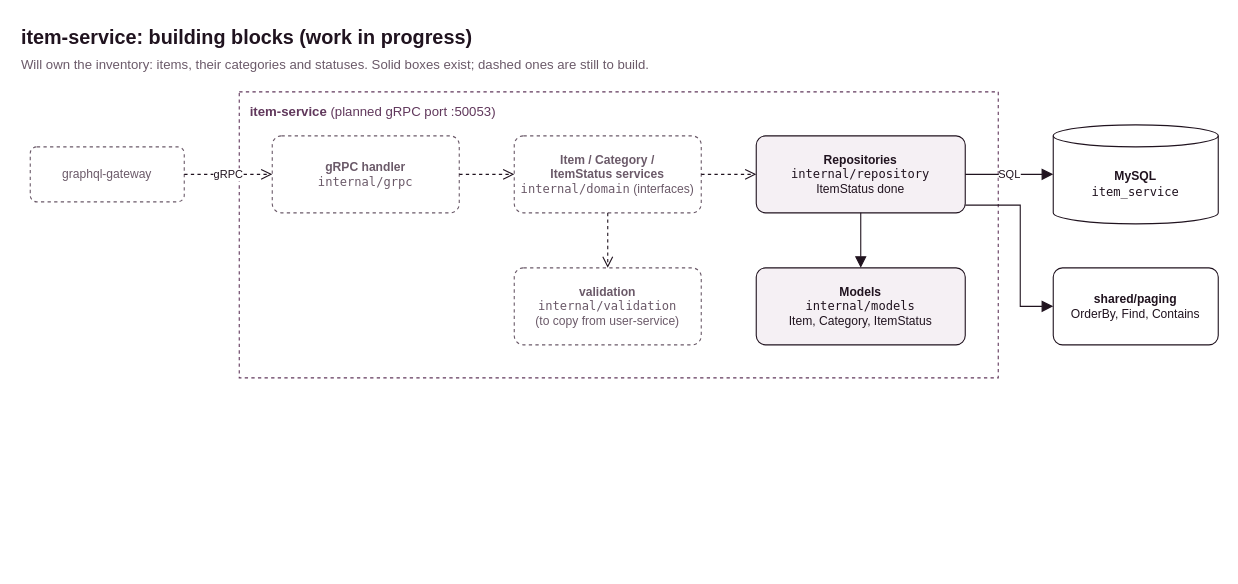
Before: page "Overview" (1 of 5) of services/item-service/docs/item-service.drawio in jochem11/inventory-manager, a draw.io diagram. Source tidied: cells renumbered, new cells numbered last; positions are measured from the earlier drawing's top-left corner, leaving out a move shared by most shapes. Both pictures are drawn from the tidied source at 110%, with x=0, y=0 at pixel (19, 19).
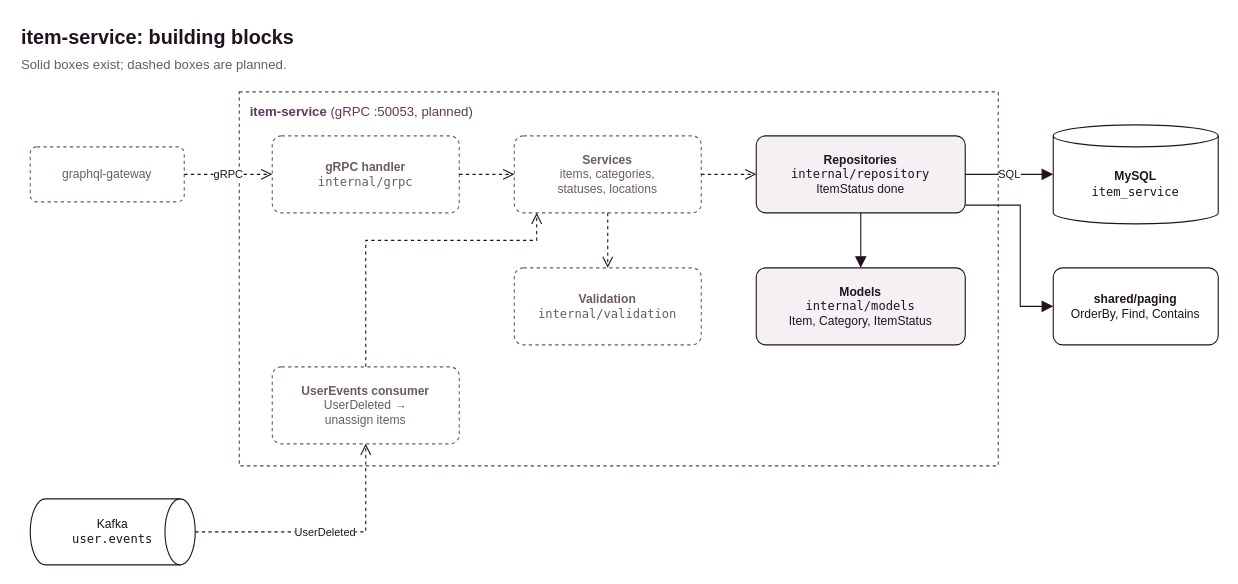
The same page after the edit.

The change refers to these unchanged cells:
```xml
<mxCell id="3" value="graphql-gateway" style="rounded=1;arcSize=12;whiteSpace=wrap;html=1;fillColor=#ffffff;strokeColor=#6b5a69;dashed=1;fontSize=11;fontColor=#6b5a69;fontFamily=Helvetica;" parent="1" vertex="1">
  <mxGeometry x="10" y="116" width="140" height="50" as="geometry" />
</mxCell>
<mxCell id="4" value="&lt;b&gt;gRPC handler&lt;/b&gt;&lt;br&gt;&lt;font face=&quot;Menlo, monospace&quot;&gt;internal/grpc&lt;/font&gt;" style="rounded=1;arcSize=12;whiteSpace=wrap;html=1;fillColor=#ffffff;strokeColor=#6b5a69;dashed=1;fontSize=11;fontColor=#6b5a69;fontFamily=Helvetica;" parent="1" vertex="1">
  <mxGeometry x="230" y="106" width="170" height="70" as="geometry" />
</mxCell>
<mxCell id="6" value="&lt;b&gt;Repositories&lt;/b&gt;&lt;br&gt;&lt;font face=&quot;Menlo, monospace&quot;&gt;internal/repository&lt;/font&gt;&lt;br&gt;ItemStatus done" style="rounded=1;arcSize=12;whiteSpace=wrap;html=1;fillColor=#f5f0f4;strokeColor=#20131f;fontSize=11;fontColor=#20131f;fontFamily=Helvetica;" parent="1" vertex="1">
  <mxGeometry x="670" y="106" width="190" height="70" as="geometry" />
</mxCell>
<mxCell id="7" value="&lt;b&gt;Models&lt;/b&gt;&lt;br&gt;&lt;font face=&quot;Menlo, monospace&quot;&gt;internal/models&lt;/font&gt;&lt;br&gt;Item, Category, ItemStatus" style="rounded=1;arcSize=12;whiteSpace=wrap;html=1;fillColor=#f5f0f4;strokeColor=#20131f;fontSize=11;fontColor=#20131f;fontFamily=Helvetica;" parent="1" vertex="1">
  <mxGeometry x="670" y="226" width="190" height="70" as="geometry" />
</mxCell>
```

Diff of the diagram source:
```diff
@@
-    <mxCell id="2" value="&lt;b&gt;item-service&lt;/b&gt;  (planned gRPC port :50053)" style="rounded=0;whiteSpace=wrap;html=1;fillColor=none;dashed=1;strokeColor=#61385c;fontSize=12;fontColor=#61385c;align=left;verticalAlign=top;spacingLeft=8;spacingTop=4;fontFamily=Helvetica;" parent="1" vertex="1">
-      <mxGeometry x="200" y="66" width="690" height="260" as="geometry" />
+    <mxCell id="2" value="&lt;b&gt;item-service&lt;/b&gt;  (gRPC :50053, planned)" style="rounded=0;whiteSpace=wrap;html=1;fillColor=none;dashed=1;strokeColor=#61385c;fontSize=12;fontColor=#61385c;align=left;verticalAlign=top;spacingLeft=8;spacingTop=4;fontFamily=Helvetica;" parent="1" vertex="1">
+      <mxGeometry x="200" y="66" width="690" height="340" as="geometry" />
     </mxCell>
@@
-    <mxCell id="5" value="&lt;b&gt;Item / Category /&lt;br&gt;ItemStatus services&lt;/b&gt;&lt;br&gt;&lt;font face=&quot;Menlo, monospace&quot;&gt;internal/domain&lt;/font&gt; (interfaces)" style="rounded=1;arcSize=12;whiteSpace=wrap;html=1;fillColor=#ffffff;strokeColor=#6b5a69;dashed=1;fontSize=11;fontColor=#6b5a69;fontFamily=Helvetica;" parent="1" vertex="1">
+    <mxCell id="5" value="&lt;b&gt;Services&lt;/b&gt;&lt;br&gt;items, categories,&lt;br&gt;statuses, locations" style="rounded=1;arcSize=12;whiteSpace=wrap;html=1;fillColor=#ffffff;strokeColor=#6b5a69;dashed=1;fontSize=11;fontColor=#6b5a69;fontFamily=Helvetica;" parent="1" vertex="1">
       <mxGeometry x="450" y="106" width="170" height="70" as="geometry" />
     </mxCell>
@@
-    <mxCell id="8" value="&lt;b&gt;validation&lt;/b&gt;&lt;br&gt;&lt;font face=&quot;Menlo, monospace&quot;&gt;internal/validation&lt;/font&gt;&lt;br&gt;(to copy from user-service)" style="rounded=1;arcSize=12;whiteSpace=wrap;html=1;fillColor=#ffffff;strokeColor=#6b5a69;dashed=1;fontSize=11;fontColor=#6b5a69;fontFamily=Helvetica;" parent="1" vertex="1">
+    <mxCell id="8" value="&lt;b&gt;Validation&lt;/b&gt;&lt;br&gt;&lt;font face=&quot;Menlo, monospace&quot;&gt;internal/validation&lt;/font&gt;" style="rounded=1;arcSize=12;whiteSpace=wrap;html=1;fillColor=#ffffff;strokeColor=#6b5a69;dashed=1;fontSize=11;fontColor=#6b5a69;fontFamily=Helvetica;" parent="1" vertex="1">
       <mxGeometry x="450" y="226" width="170" height="70" as="geometry" />
     </mxCell>
-    <mxCell id="9" value="&lt;b&gt;MySQL&lt;/b&gt;&lt;br&gt;&lt;font face=&quot;Menlo, monospace&quot;&gt;item_service&lt;/font&gt;" style="shape=cylinder3;whiteSpace=wrap;html=1;boundedLbl=1;backgroundOutline=1;size=10;fillColor=#ffffff;strokeColor=#20131f;fontSize=11;fontColor=#20131f;fontFamily=Helvetica;" parent="1" vertex="1">
-      <mxGeometry x="940" y="96" width="150" height="90" as="geometry" />
+    <mxCell id="9" value="&lt;b&gt;UserEvents consumer&lt;/b&gt;&lt;br&gt;UserDeleted →&lt;br&gt;unassign items" style="rounded=1;arcSize=12;whiteSpace=wrap;html=1;fillColor=#ffffff;strokeColor=#6b5a69;dashed=1;fontSize=11;fontColor=#6b5a69;fontFamily=Helvetica;" parent="1" vertex="1">
+      <mxGeometry x="230" y="316" width="170" height="70" as="geometry" />
     </mxCell>
-    <mxCell id="10" value="&lt;b&gt;shared/paging&lt;/b&gt;&lt;br&gt;OrderBy, Find, Contains" style="rounded=1;arcSize=12;whiteSpace=wrap;html=1;fillColor=#ffffff;strokeColor=#20131f;fontSize=11;fontColor=#20131f;fontFamily=Helvetica;" parent="1" vertex="1">
-      <mxGeometry x="940" y="226" width="150" height="70" as="geometry" />
+    <mxCell id="10" value="&lt;b&gt;MySQL&lt;/b&gt;&lt;br&gt;&lt;font face=&quot;Menlo, monospace&quot;&gt;item_service&lt;/font&gt;" style="shape=cylinder3;whiteSpace=wrap;html=1;boundedLbl=1;backgroundOutline=1;size=10;fillColor=#ffffff;strokeColor=#20131f;fontSize=11;fontColor=#20131f;fontFamily=Helvetica;" parent="1" vertex="1">
+      <mxGeometry x="940" y="96" width="150" height="90" as="geometry" />
     </mxCell>
-    <mxCell id="11" value="gRPC" style="html=1;rounded=0;endArrow=open;endFill=0;endSize=8;fontSize=10;strokeColor=#20131f;fontColor=#20131f;labelBackgroundColor=#ffffff;dashed=1;fontFamily=Helvetica;" parent="1" edge="1" source="3" target="4">
-      <mxGeometry relative="1" as="geometry" />
+    <mxCell id="11" value="&lt;b&gt;shared/paging&lt;/b&gt;&lt;br&gt;OrderBy, Find, Contains" style="rounded=1;arcSize=12;whiteSpace=wrap;html=1;fillColor=#ffffff;strokeColor=#20131f;fontSize=11;fontColor=#20131f;fontFamily=Helvetica;" parent="1" vertex="1">
+      <mxGeometry x="940" y="226" width="150" height="70" as="geometry" />
     </mxCell>
-    <mxCell id="12" style="html=1;rounded=0;endArrow=open;endFill=0;endSize=8;fontSize=10;strokeColor=#20131f;fontColor=#20131f;labelBackgroundColor=#ffffff;dashed=1;fontFamily=Helvetica;" parent="1" edge="1" source="4" target="5">
-      <mxGeometry relative="1" as="geometry" />
+    <mxCell id="12" value="Kafka&lt;br&gt;&lt;font face=&quot;Menlo, monospace&quot;&gt;user.events&lt;/font&gt;" style="shape=mxgraph.flowchart.direct_data;whiteSpace=wrap;html=1;fillColor=#ffffff;strokeColor=#20131f;fontSize=11;fontColor=#20131f;fontFamily=Helvetica;" parent="1" vertex="1">
+      <mxGeometry x="10" y="436" width="150" height="60" as="geometry" />
     </mxCell>
-    <mxCell id="13" style="html=1;rounded=0;endArrow=open;endFill=0;endSize=8;fontSize=10;strokeColor=#20131f;fontColor=#20131f;labelBackgroundColor=#ffffff;dashed=1;fontFamily=Helvetica;" parent="1" edge="1" source="5" target="6">
+    <mxCell id="13" value="gRPC" style="html=1;rounded=0;endArrow=open;endFill=0;endSize=8;fontSize=10;strokeColor=#20131f;fontColor=#20131f;labelBackgroundColor=#ffffff;dashed=1;fontFamily=Helvetica;" parent="1" edge="1" source="3" target="4">
       <mxGeometry relative="1" as="geometry" />
     </mxCell>
-    <mxCell id="14" value="SQL" style="html=1;rounded=0;endArrow=block;endFill=1;endSize=8;fontSize=10;strokeColor=#20131f;fontColor=#20131f;labelBackgroundColor=#ffffff;fontFamily=Helvetica;" parent="1" edge="1" source="6" target="9">
+    <mxCell id="14" style="html=1;rounded=0;endArrow=open;endFill=0;endSize=8;fontSize=10;strokeColor=#20131f;fontColor=#20131f;labelBackgroundColor=#ffffff;dashed=1;fontFamily=Helvetica;" parent="1" edge="1" source="4" target="5">
       <mxGeometry relative="1" as="geometry" />
     </mxCell>
-    <mxCell id="15" style="html=1;rounded=0;endArrow=block;endFill=1;endSize=8;fontSize=10;strokeColor=#20131f;fontColor=#20131f;labelBackgroundColor=#ffffff;fontFamily=Helvetica;" parent="1" edge="1" source="6" target="7">
+    <mxCell id="15" style="html=1;rounded=0;endArrow=open;endFill=0;endSize=8;fontSize=10;strokeColor=#20131f;fontColor=#20131f;labelBackgroundColor=#ffffff;dashed=1;fontFamily=Helvetica;" parent="1" edge="1" source="5" target="6">
       <mxGeometry relative="1" as="geometry" />
     </mxCell>
-    <mxCell id="16" style="html=1;rounded=0;endArrow=open;endFill=0;endSize=8;fontSize=10;strokeColor=#20131f;fontColor=#20131f;labelBackgroundColor=#ffffff;dashed=1;fontFamily=Helvetica;" parent="1" edge="1" source="5" target="8">
+    <mxCell id="16" value="SQL" style="html=1;rounded=0;endArrow=block;endFill=1;endSize=8;fontSize=10;strokeColor=#20131f;fontColor=#20131f;labelBackgroundColor=#ffffff;fontFamily=Helvetica;" parent="1" edge="1" source="6" target="10">
       <mxGeometry relative="1" as="geometry" />
     </mxCell>
-    <mxCell id="17" style="html=1;rounded=0;endArrow=block;endFill=1;endSize=8;fontSize=10;strokeColor=#20131f;fontColor=#20131f;labelBackgroundColor=#ffffff;edgeStyle=orthogonalEdgeStyle;exitX=1;exitY=0.9;exitDx=0;exitDy=0;entryX=0;entryY=0.5;entryDx=0;entryDy=0;fontFamily=Helvetica;" parent="1" edge="1" source="6" target="10">
-      <mxGeometry relative="1" as="geometry">
-        <Array as="points">
-          <mxPoint x="910" y="169" />
-          <mxPoint x="910" y="261" />
-        </Array>
-      </mxGeometry>
+    <mxCell id="17" style="html=1;rounded=0;endArrow=block;endFill=1;endSize=8;fontSize=10;strokeColor=#20131f;fontColor=#20131f;labelBackgroundColor=#ffffff;fontFamily=Helvetica;" parent="1" edge="1" source="6" target="7">
+      <mxGeometry relative="1" as="geometry" />
     </mxCell>
+    <mxCell id="20" style="html=1;rounded=0;endArrow=open;endFill=0;endSize=8;fontSize=10;strokeColor=#20131f;fontColor=#20131f;labelBackgroundColor=#ffffff;dashed=1;fontFamily=Helvetica;" parent="1" edge="1" source="5" target="8">
+      <mxGeometry relative="1" as="geometry" />
+    </mxCell>
+    <mxCell id="21" style="html=1;rounded=0;endArrow=block;endFill=1;endSize=8;fontSize=10;strokeColor=#20131f;fontColor=#20131f;labelBackgroundColor=#ffffff;edgeStyle=orthogonalEdgeStyle;exitX=1;exitY=0.9;exitDx=0;exitDy=0;entryX=0;entryY=0.5;entryDx=0;entryDy=0;fontFamily=Helvetica;" parent="1" edge="1" source="6" target="11">
+      <mxGeometry relative="1" as="geometry">
+        <Array as="points">
+          <mxPoint x="910" y="169" />
+          <mxPoint x="910" y="261" />
+        </Array>
+      </mxGeometry>
+    </mxCell>
+    <mxCell id="22" value="UserDeleted" style="html=1;rounded=0;endArrow=open;endFill=0;endSize=8;fontSize=10;strokeColor=#20131f;fontColor=#20131f;labelBackgroundColor=#ffffff;dashed=1;edgeStyle=orthogonalEdgeStyle;exitX=1;exitY=0.5;exitDx=0;exitDy=0;entryX=0.5;entryY=1;entryDx=0;entryDy=0;fontFamily=Helvetica;" parent="1" edge="1" source="12" target="9">
+      <mxGeometry relative="1" as="geometry">
+        <Array as="points">
+          <mxPoint x="315" y="466" />
+        </Array>
+      </mxGeometry>
+    </mxCell>
+    <mxCell id="23" style="html=1;rounded=0;endArrow=open;endFill=0;endSize=8;fontSize=10;strokeColor=#20131f;fontColor=#20131f;labelBackgroundColor=#ffffff;dashed=1;edgeStyle=orthogonalEdgeStyle;exitX=0.5;exitY=0;exitDx=0;exitDy=0;entryX=0.12;entryY=1;entryDx=0;entryDy=0;fontFamily=Helvetica;" parent="1" edge="1" source="9" target="5">
+      <mxGeometry relative="1" as="geometry">
+        <Array as="points">
+          <mxPoint x="315" y="201" />
+          <mxPoint x="470" y="201" />
+        </Array>
+      </mxGeometry>
+    </mxCell>
-    <mxCell id="18" value="&lt;b&gt;item-service: building blocks (work in progress)&lt;/b&gt;" style="text;html=1;whiteSpace=wrap;align=left;verticalAlign=top;fontSize=18;fontColor=#20131f;fontFamily=Helvetica;" parent="1" vertex="1">
-      <mxGeometry width="543" height="26" as="geometry" />
+    <mxCell id="18" value="&lt;b&gt;item-service: building blocks&lt;/b&gt;" style="text;html=1;whiteSpace=wrap;align=left;verticalAlign=top;fontSize=18;fontColor=#20131f;fontFamily=Helvetica;" parent="1" vertex="1">
+      <mxGeometry width="335" height="26" as="geometry" />
     </mxCell>
-    <mxCell id="19" value="Will own the inventory: items, their categories and statuses. Solid boxes exist; dashed ones are still to build." style="text;html=1;whiteSpace=wrap;align=left;verticalAlign=top;fontSize=12;fontColor=#6b5a69;fontFamily=Helvetica;" parent="1" vertex="1">
-      <mxGeometry y="28" width="796" height="20" as="geometry" />
+    <mxCell id="19" value="Solid boxes exist; dashed boxes are planned." style="text;html=1;whiteSpace=wrap;align=left;verticalAlign=top;fontSize=12;fontColor=#6b5a69;fontFamily=Helvetica;" parent="1" vertex="1">
+      <mxGeometry y="28" width="322" height="20" as="geometry" />
     </mxCell>
```
